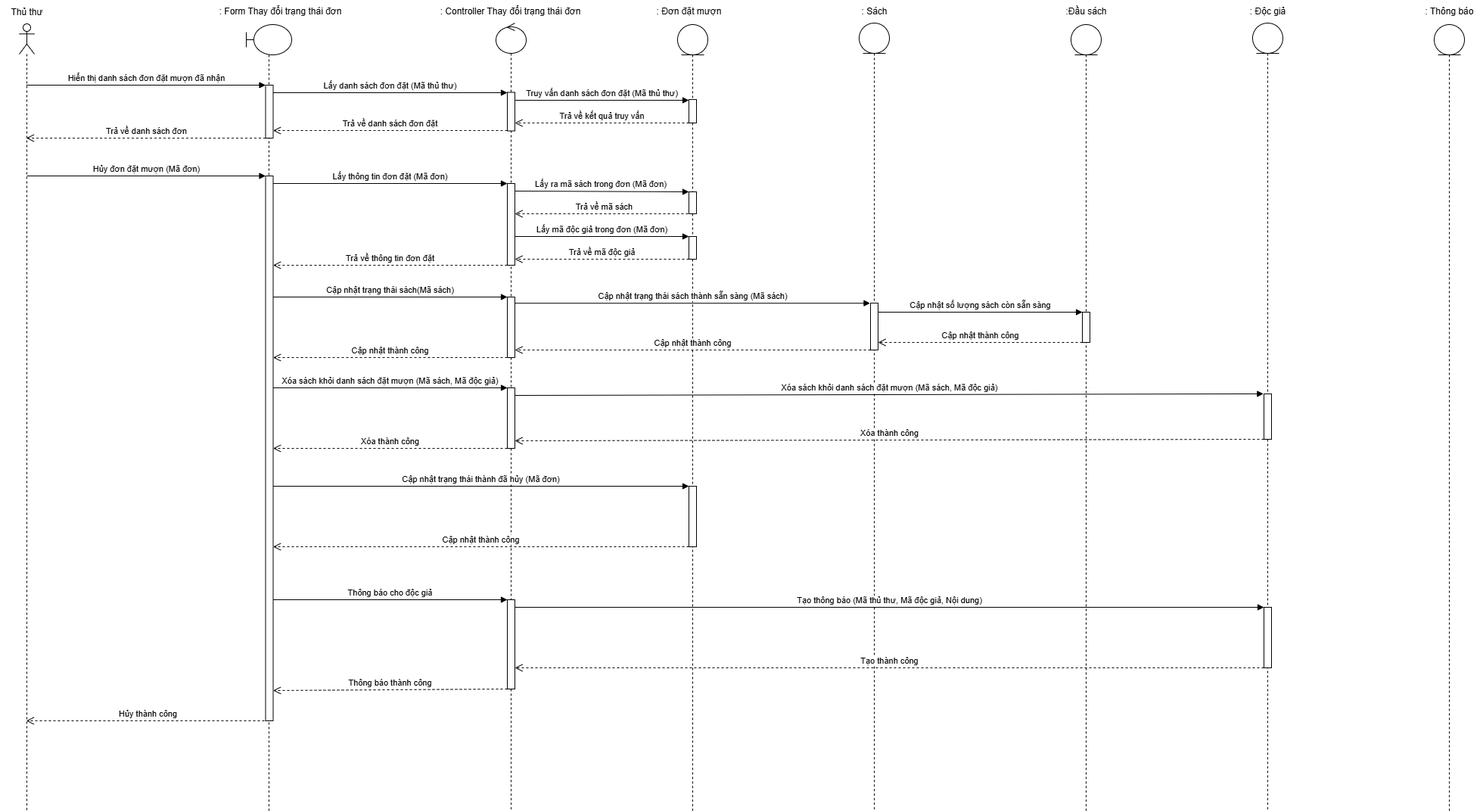
kimcuongdev/LibrarySystemAD keeps this draw.io diagram as Sequence Diagram/UC Đặt mượn sách/Actor Thủ thư - Hủy đơn đặt mượn.png. Above is the earlier version. Source tidied: cells renumbered, new cells last; positions are measured from the earlier drawing's top-left corner, leaving out a move shared by most shapes.
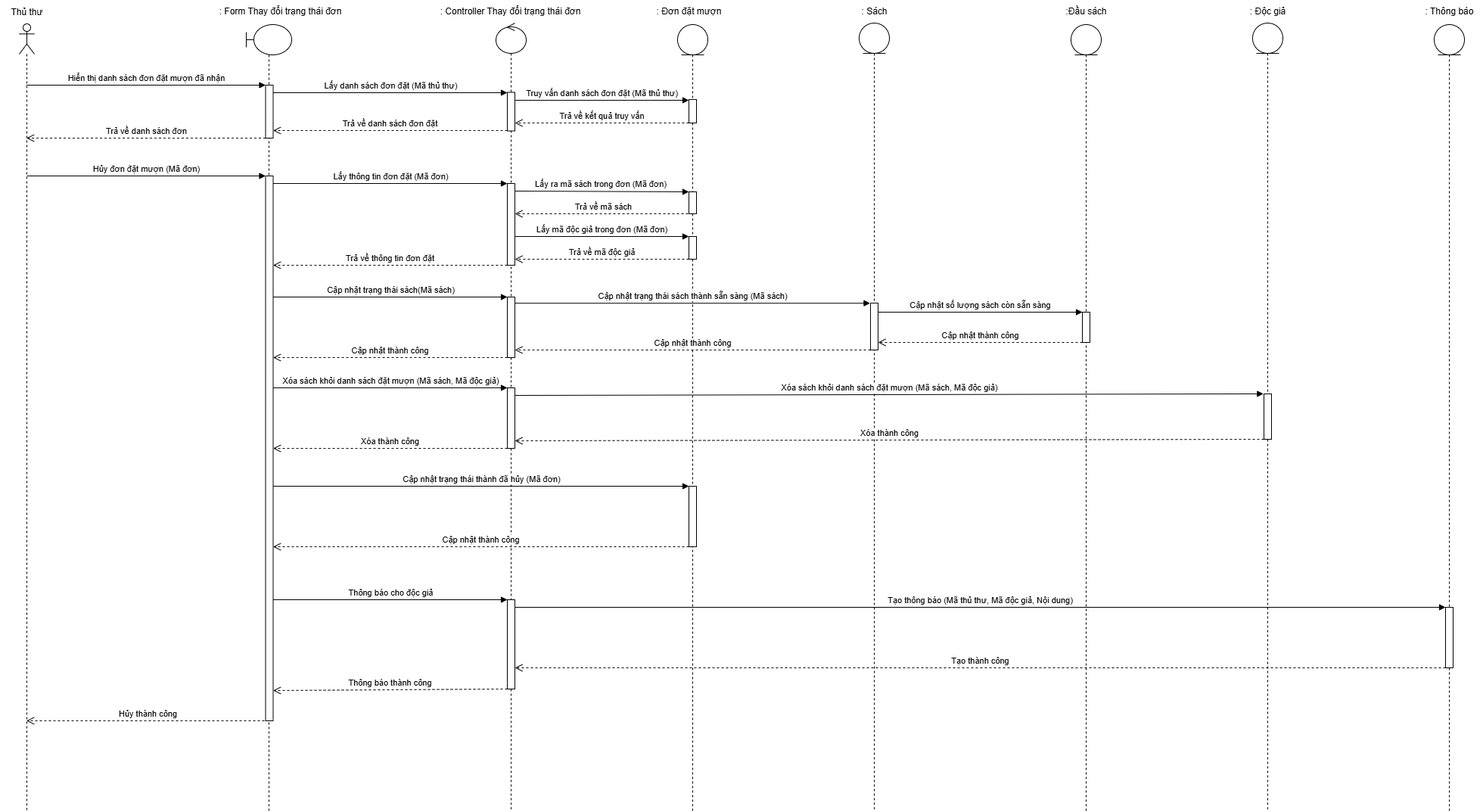
The same file after the commit.

Commit message:
Tuan 5 - Bieu do tuan tu

The edit, as a diff of the source:
```diff
@@ -112,9 +112,6 @@
     <mxCell id="33" style="html=1;points=[[0,0,0,0,5],[0,1,0,0,-5],[1,0,0,0,5],[1,1,0,0,-5]];perimeter=orthogonalPerimeter;outlineConnect=0;targetShapes=umlLifeline;portConstraint=eastwest;newEdgeStyle={&quot;curved&quot;:0,&quot;rounded&quot;:0};" parent="32" vertex="1">
       <mxGeometry x="15" y="490" width="10" height="60" as="geometry" />
     </mxCell>
-    <mxCell id="34" style="html=1;points=[[0,0,0,0,5],[0,1,0,0,-5],[1,0,0,0,5],[1,1,0,0,-5]];perimeter=orthogonalPerimeter;outlineConnect=0;targetShapes=umlLifeline;portConstraint=eastwest;newEdgeStyle={&quot;curved&quot;:0,&quot;rounded&quot;:0};" parent="32" vertex="1">
-      <mxGeometry x="15" y="772" width="10" height="80" as="geometry" />
-    </mxCell>
     <mxCell id="35" value=": Độc giả" style="text;html=1;align=center;verticalAlign=middle;strokeColor=none;fillColor=none;" parent="1" vertex="1">
       <mxGeometry x="1640" width="70" height="30" as="geometry" />
     </mxCell>
@@ -204,7 +201,7 @@
         <mxPoint x="680" y="162" as="targetPoint" />
       </mxGeometry>
     </mxCell>
-    <mxCell id="53" value="Xóa sách khỏi danh sách đặt mượn (Mã sách, Mã độc giả)" style="html=1;verticalAlign=bottom;endArrow=block;curved=0;rounded=0;entryX=-0.072;entryY=-0.001;entryDx=0;entryDy=0;entryPerimeter=0;" parent="1" edge="1" target="33">
+    <mxCell id="53" value="Xóa sách khỏi&amp;nbsp;danh sách đặt mượn (Mã sách, Mã độc giả)" style="html=1;verticalAlign=bottom;endArrow=block;curved=0;rounded=0;entryX=-0.072;entryY=-0.001;entryDx=0;entryDy=0;entryPerimeter=0;" parent="1" edge="1" target="33">
       <mxGeometry relative="1" as="geometry">
         <mxPoint x="680" y="522" as="sourcePoint" />
       </mxGeometry>
@@ -240,18 +237,19 @@
     <mxCell id="59" style="shape=umlLifeline;perimeter=lifelinePerimeter;whiteSpace=wrap;html=1;newEdgeStyle={&quot;curved&quot;:0,&quot;rounded&quot;:0};participant=umlEntity;" parent="1" vertex="1">
       <mxGeometry x="1895" y="32" width="40" height="1040" as="geometry" />
     </mxCell>
+    <mxCell id="34" style="html=1;points=[[0,0,0,0,5],[0,1,0,0,-5],[1,0,0,0,5],[1,1,0,0,-5]];perimeter=orthogonalPerimeter;outlineConnect=0;targetShapes=umlLifeline;portConstraint=eastwest;newEdgeStyle={&quot;curved&quot;:0,&quot;rounded&quot;:0};" parent="59" vertex="1">
+      <mxGeometry x="15" y="770" width="10" height="80" as="geometry" />
+    </mxCell>
     <mxCell id="60" value=": Thông báo" style="text;html=1;align=center;verticalAlign=middle;strokeColor=none;fillColor=none;" parent="1" vertex="1">
       <mxGeometry x="1870" width="90" height="30" as="geometry" />
     </mxCell>
-    <mxCell id="61" value="Tạo thông báo (Mã thủ thư, Mã độc giả, Nội dung)" style="html=1;verticalAlign=bottom;endArrow=block;curved=0;rounded=0;entryX=0;entryY=0;entryDx=0;entryDy=5;" parent="1" edge="1">
+    <mxCell id="61" value="Tạo thông báo (Mã thủ thư, Mã độc giả, Nội dung)" style="html=1;verticalAlign=bottom;endArrow=block;curved=0;rounded=0;" parent="1" edge="1" target="34">
       <mxGeometry relative="1" as="geometry">
         <mxPoint x="680" y="802" as="sourcePoint" />
-        <mxPoint x="1670" y="802" as="targetPoint" />
       </mxGeometry>
     </mxCell>
-    <mxCell id="62" value="Tạo thành công" style="html=1;verticalAlign=bottom;endArrow=open;dashed=1;endSize=8;curved=0;rounded=0;exitX=0;exitY=1;exitDx=0;exitDy=-5;" parent="1" edge="1">
+    <mxCell id="62" value="Tạo thành công" style="html=1;verticalAlign=bottom;endArrow=open;dashed=1;endSize=8;curved=0;rounded=0;" parent="1" edge="1" source="34">
       <mxGeometry relative="1" as="geometry">
-        <mxPoint x="1670" y="882" as="sourcePoint" />
         <mxPoint x="680" y="882" as="targetPoint" />
       </mxGeometry>
     </mxCell>
```
